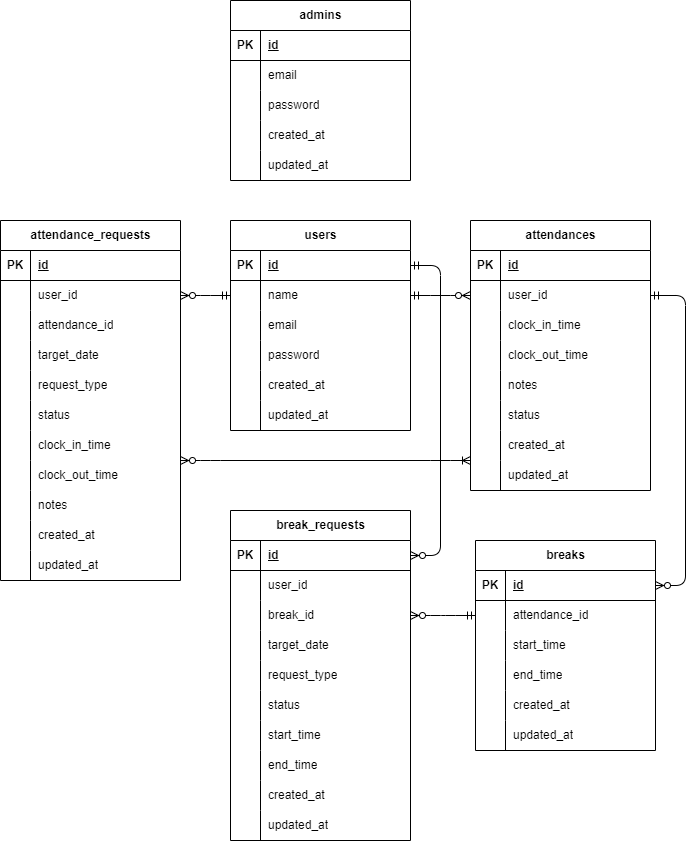
kameda11/attendance6 keeps this draw.io diagram as attendance.drawio.png. Above is the earlier version. Source tidied: cells renumbered, new cells last; positions are measured from the earlier drawing's top-left corner, leaving out a move shared by most shapes.
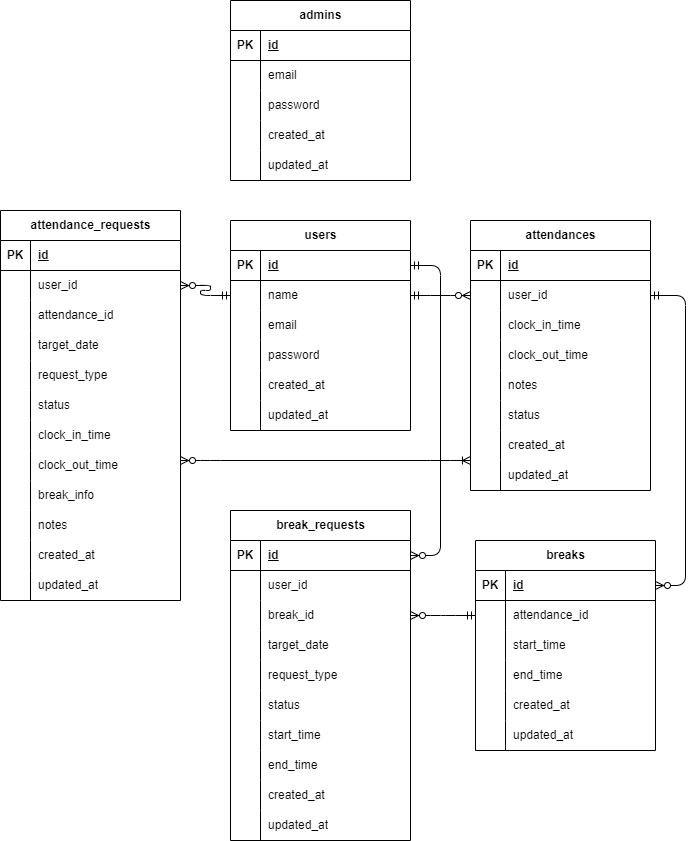
After the commit.

What changed in the source:
```diff
@@ -135,7 +135,7 @@
       <mxGeometry x="30" width="150" height="30" as="geometry" />
     </mxCell>
     <mxCell id="46" value="attendance_requests" style="shape=table;startSize=30;rowLines=0;fontStyle=1;align=center;html=1;" parent="1" vertex="1">
-      <mxGeometry y="220" width="180" height="360" as="geometry" />
+      <mxGeometry y="210" width="180" height="390" as="geometry" />
     </mxCell>
     <mxCell id="47" style="shape=tableRow;horizontal=0;startSize=0;swimlaneHead=0;swimlaneBody=0;fillColor=none;top=0;left=0;right=0;bottom=1;" parent="46" vertex="1">
       <mxGeometry y="30" width="180" height="30" as="geometry" />
@@ -185,32 +185,41 @@
     <mxCell id="62" style="shape=tableRow;horizontal=0;startSize=0;swimlaneHead=0;swimlaneBody=0;fillColor=none;top=0;left=0;right=0;bottom=0;" parent="46" vertex="1">
       <mxGeometry y="180" width="180" height="30" as="geometry" />
     </mxCell>
-    <mxCell id="63" style="shape=partialRectangle;fillColor=none;top=0;left=0;bottom=0;right=0;overflow=hidden;whiteSpace=wrap;html=1;" parent="62" vertex="1">
-      <mxGeometry width="30" height="30" as="geometry" />
-    </mxCell>
+    <mxCell id="152" style="shape=partialRectangle;fillColor=none;top=0;left=0;bottom=0;right=0;overflow=hidden;whiteSpace=wrap;html=1;" parent="62" vertex="1">
+      <mxGeometry width="30" height="30" as="geometry" />
+    </mxCell>
     <mxCell id="64" value="status" style="shape=partialRectangle;fillColor=none;top=0;left=0;bottom=0;right=0;align=left;spacingLeft=6;overflow=hidden;whiteSpace=wrap;html=1;" parent="62" vertex="1">
       <mxGeometry x="30" width="150" height="30" as="geometry" />
     </mxCell>
     <mxCell id="65" style="shape=tableRow;horizontal=0;startSize=0;swimlaneHead=0;swimlaneBody=0;fillColor=none;top=0;left=0;right=0;bottom=0;" parent="46" vertex="1">
       <mxGeometry y="210" width="180" height="30" as="geometry" />
     </mxCell>
-    <mxCell id="66" style="shape=partialRectangle;fillColor=none;top=0;left=0;bottom=0;right=0;overflow=hidden;whiteSpace=wrap;html=1;" parent="65" vertex="1">
-      <mxGeometry width="30" height="30" as="geometry" />
-    </mxCell>
+    <mxCell id="153" style="shape=partialRectangle;fillColor=none;top=0;left=0;bottom=0;right=0;overflow=hidden;whiteSpace=wrap;html=1;" parent="65" vertex="1">
+      <mxGeometry width="30" height="30" as="geometry" />
+    </mxCell>
     <mxCell id="67" value="&lt;span style=&quot;color: rgb(0, 0, 0);&quot;&gt;clock_in_time&lt;/span&gt;" style="shape=partialRectangle;fillColor=none;top=0;left=0;bottom=0;right=0;align=left;spacingLeft=6;overflow=hidden;whiteSpace=wrap;html=1;" parent="65" vertex="1">
       <mxGeometry x="30" width="150" height="30" as="geometry" />
     </mxCell>
     <mxCell id="68" style="shape=tableRow;horizontal=0;startSize=0;swimlaneHead=0;swimlaneBody=0;fillColor=none;top=0;left=0;right=0;bottom=0;" parent="46" vertex="1">
       <mxGeometry y="240" width="180" height="30" as="geometry" />
     </mxCell>
-    <mxCell id="69" style="shape=partialRectangle;fillColor=none;top=0;left=0;bottom=0;right=0;overflow=hidden;whiteSpace=wrap;html=1;" parent="68" vertex="1">
-      <mxGeometry width="30" height="30" as="geometry" />
-    </mxCell>
+    <mxCell id="154" style="shape=partialRectangle;fillColor=none;top=0;left=0;bottom=0;right=0;overflow=hidden;whiteSpace=wrap;html=1;" parent="68" vertex="1">
+      <mxGeometry width="30" height="30" as="geometry" />
+    </mxCell>
     <mxCell id="70" value="&lt;span style=&quot;color: rgb(0, 0, 0);&quot;&gt;clock_out_time&lt;/span&gt;" style="shape=partialRectangle;fillColor=none;top=0;left=0;bottom=0;right=0;align=left;spacingLeft=6;overflow=hidden;whiteSpace=wrap;html=1;" parent="68" vertex="1">
       <mxGeometry x="30" width="150" height="30" as="geometry" />
     </mxCell>
+    <mxCell id="155" style="shape=tableRow;horizontal=0;startSize=0;swimlaneHead=0;swimlaneBody=0;fillColor=none;top=0;left=0;right=0;bottom=0;" parent="46" vertex="1">
+      <mxGeometry y="270" width="180" height="30" as="geometry" />
+    </mxCell>
+    <mxCell id="156" style="shape=partialRectangle;fillColor=none;top=0;left=0;bottom=0;right=0;overflow=hidden;whiteSpace=wrap;html=1;" parent="155" vertex="1">
+      <mxGeometry width="30" height="30" as="geometry" />
+    </mxCell>
+    <mxCell id="157" value="break_info" style="shape=partialRectangle;fillColor=none;top=0;left=0;bottom=0;right=0;align=left;spacingLeft=6;overflow=hidden;whiteSpace=wrap;html=1;" parent="155" vertex="1">
+      <mxGeometry x="30" width="150" height="30" as="geometry" />
+    </mxCell>
     <mxCell id="71" style="shape=tableRow;horizontal=0;startSize=0;swimlaneHead=0;swimlaneBody=0;fillColor=none;top=0;left=0;right=0;bottom=0;" parent="46" vertex="1">
-      <mxGeometry y="270" width="180" height="30" as="geometry" />
+      <mxGeometry y="300" width="180" height="30" as="geometry" />
     </mxCell>
     <mxCell id="72" style="shape=partialRectangle;fillColor=none;top=0;left=0;bottom=0;right=0;overflow=hidden;whiteSpace=wrap;html=1;" parent="71" vertex="1">
       <mxGeometry width="30" height="30" as="geometry" />
@@ -219,7 +228,7 @@
       <mxGeometry x="30" width="150" height="30" as="geometry" />
     </mxCell>
     <mxCell id="74" style="shape=tableRow;horizontal=0;startSize=0;swimlaneHead=0;swimlaneBody=0;fillColor=none;top=0;left=0;right=0;bottom=0;" parent="46" vertex="1">
-      <mxGeometry y="300" width="180" height="30" as="geometry" />
+      <mxGeometry y="330" width="180" height="30" as="geometry" />
     </mxCell>
     <mxCell id="75" style="shape=partialRectangle;fillColor=none;top=0;left=0;bottom=0;right=0;overflow=hidden;whiteSpace=wrap;html=1;" parent="74" vertex="1">
       <mxGeometry width="30" height="30" as="geometry" />
@@ -228,7 +237,7 @@
       <mxGeometry x="30" width="150" height="30" as="geometry" />
     </mxCell>
     <mxCell id="77" style="shape=tableRow;horizontal=0;startSize=0;swimlaneHead=0;swimlaneBody=0;fillColor=none;top=0;left=0;right=0;bottom=0;" parent="46" vertex="1">
-      <mxGeometry y="330" width="180" height="30" as="geometry" />
+      <mxGeometry y="360" width="180" height="30" as="geometry" />
     </mxCell>
     <mxCell id="78" style="shape=partialRectangle;fillColor=none;top=0;left=0;bottom=0;right=0;overflow=hidden;whiteSpace=wrap;html=1;" parent="77" vertex="1">
       <mxGeometry width="30" height="30" as="geometry" />
```
